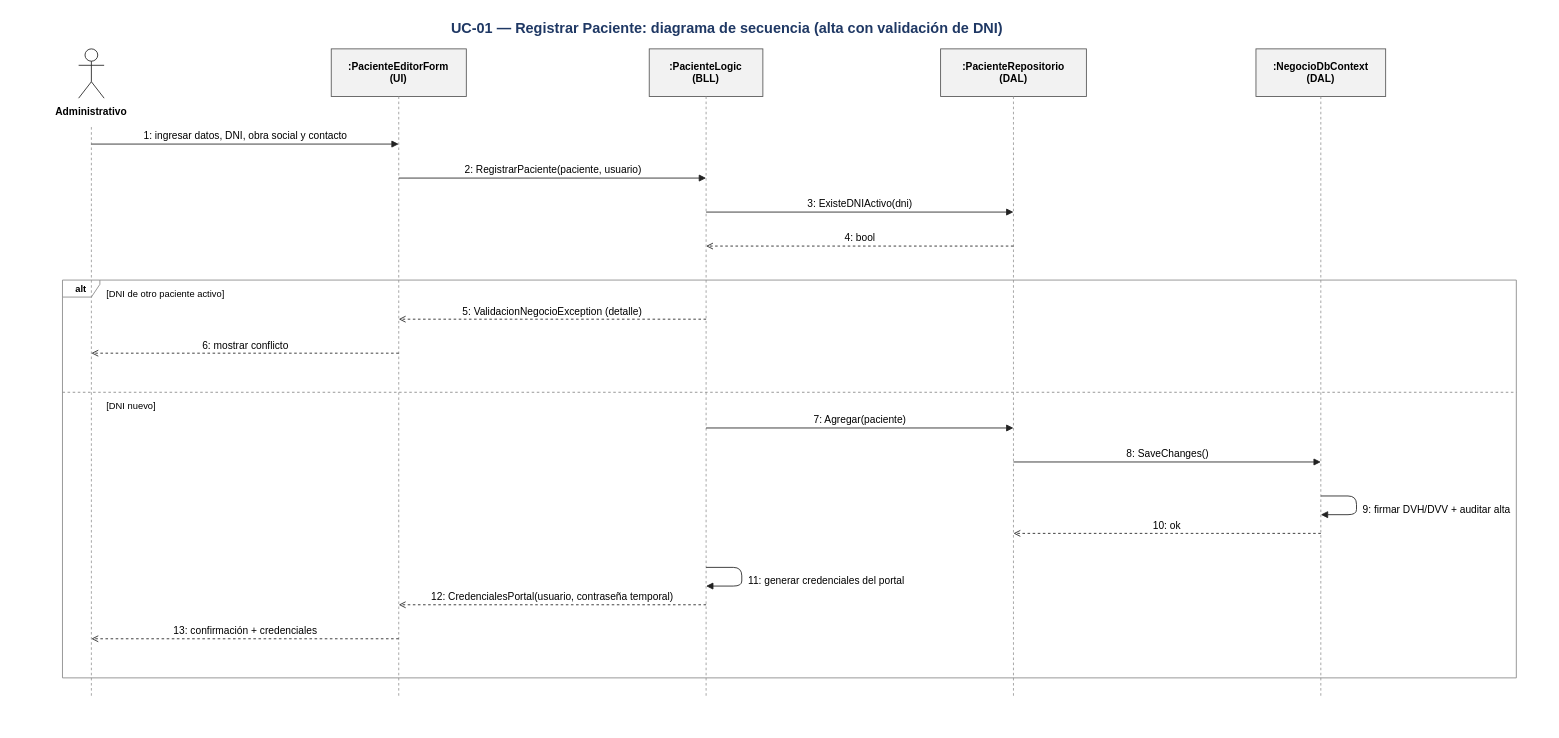
The draw.io diagram Diagramas/UC-01/UC-01 - Secuencia.drawio in DanteSchlogl/OpenRIN-corregido, before the edit. Source tidied: cells renumbered, new cells numbered last; positions are measured from the earlier drawing's top-left corner, leaving out a move shared by most shapes. Both pictures are drawn from the tidied source at 85%, with x=0, y=0 at pixel (14, 14).
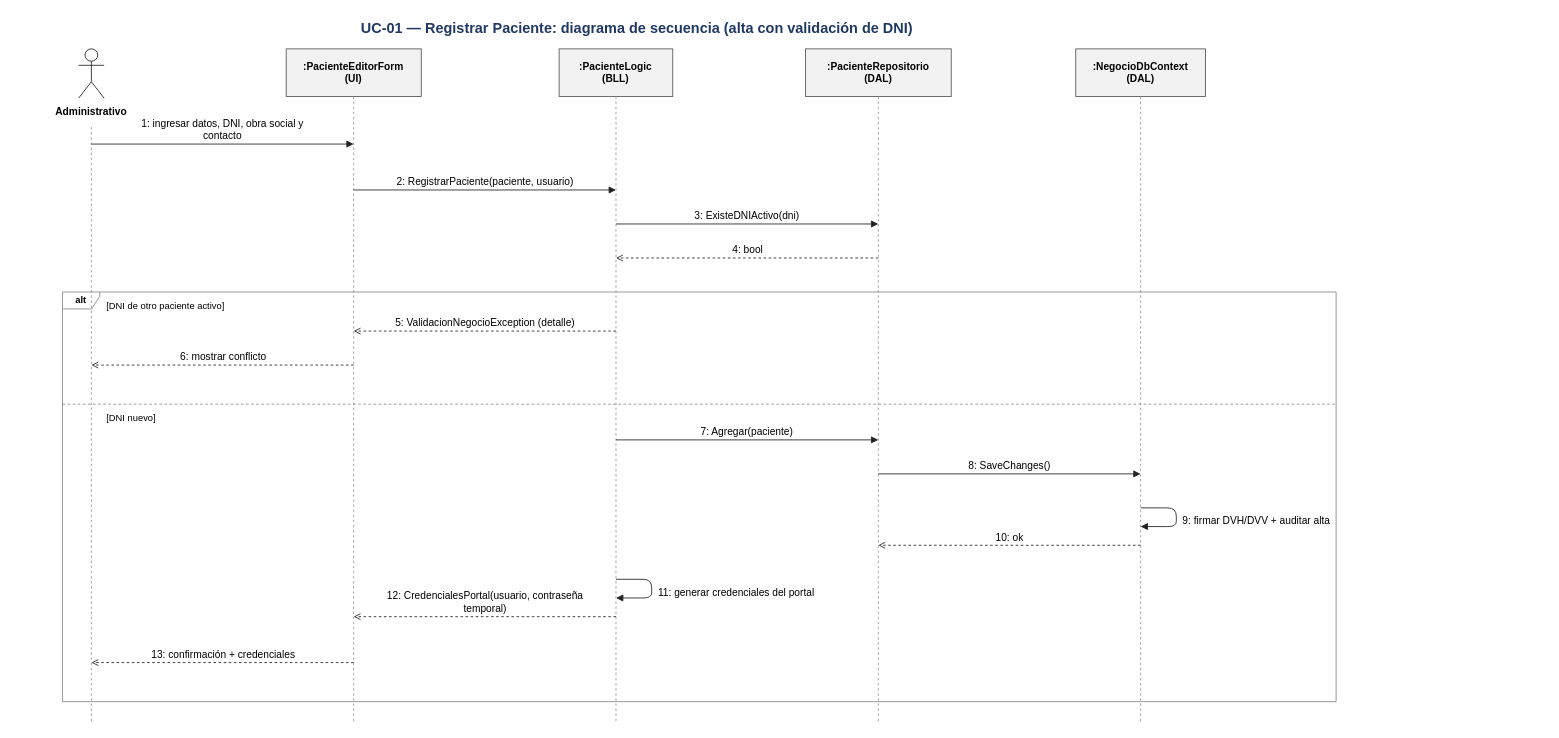
Above is the later version.

What changed in the source:
```diff
@@
     <mxCell id="2" value="UC-01 — Registrar Paciente: diagrama de secuencia (alta con validación de DNI)" style="text;html=1;strokeColor=none;fillColor=none;fontFamily=Arial;whiteSpace=nowrap;fontSize=17;fontStyle=1;fontColor=#1F3864;align=center;whiteSpace=wrap;" parent="1" vertex="1">
-      <mxGeometry width="1676.4" height="28" as="geometry" />
+      <mxGeometry width="1464.4" height="28" as="geometry" />
     </mxCell>
@@
     <mxCell id="5" style="endArrow=none;dashed=1;strokeColor=#999999;html=1;" parent="1" edge="1">
       <mxGeometry relative="1" as="geometry">
         <mxPoint x="90" y="132" as="sourcePoint" />
-        <mxPoint x="90" y="804" as="targetPoint" />
+        <mxPoint x="90" y="832" as="targetPoint" />
       </mxGeometry>
     </mxCell>
     <mxCell id="6" value=":PacienteEditorForm&lt;br/&gt;(UI)" style="rounded=0;whiteSpace=wrap;html=1;fillColor=#F2F2F2;strokeColor=#555555;fontFamily=Arial;fontSize=12;fontStyle=1;" parent="1" vertex="1">
-      <mxGeometry x="372.2" y="40" width="158.9" height="56" as="geometry" />
+      <mxGeometry x="319.2" y="40" width="158.9" height="56" as="geometry" />
     </mxCell>
     <mxCell id="7" style="endArrow=none;dashed=1;strokeColor=#999999;html=1;" parent="1" edge="1">
       <mxGeometry relative="1" as="geometry">
-        <mxPoint x="451.6" y="96" as="sourcePoint" />
-        <mxPoint x="451.6" y="804" as="targetPoint" />
+        <mxPoint x="398.6" y="96" as="sourcePoint" />
+        <mxPoint x="398.6" y="832" as="targetPoint" />
       </mxGeometry>
     </mxCell>
     <mxCell id="8" value=":PacienteLogic&lt;br/&gt;(BLL)" style="rounded=0;whiteSpace=wrap;html=1;fillColor=#F2F2F2;strokeColor=#555555;fontFamily=Arial;fontSize=12;fontStyle=1;" parent="1" vertex="1">
-      <mxGeometry x="746.3" y="40" width="133.7" height="56" as="geometry" />
+      <mxGeometry x="640.3" y="40" width="133.7" height="56" as="geometry" />
     </mxCell>
     <mxCell id="9" style="endArrow=none;dashed=1;strokeColor=#999999;html=1;" parent="1" edge="1">
       <mxGeometry relative="1" as="geometry">
-        <mxPoint x="813.2" y="96" as="sourcePoint" />
-        <mxPoint x="813.2" y="804" as="targetPoint" />
+        <mxPoint x="707.2" y="96" as="sourcePoint" />
+        <mxPoint x="707.2" y="832" as="targetPoint" />
       </mxGeometry>
     </mxCell>
     <mxCell id="10" value=":PacienteRepositorio&lt;br/&gt;(DAL)" style="rounded=0;whiteSpace=wrap;html=1;fillColor=#F2F2F2;strokeColor=#555555;fontFamily=Arial;fontSize=12;fontStyle=1;" parent="1" vertex="1">
-      <mxGeometry x="1089.1" y="40" width="171.5" height="56" as="geometry" />
+      <mxGeometry x="930.1" y="40" width="171.5" height="56" as="geometry" />
     </mxCell>
     <mxCell id="11" style="endArrow=none;dashed=1;strokeColor=#999999;html=1;" parent="1" edge="1">
       <mxGeometry relative="1" as="geometry">
-        <mxPoint x="1174.8" y="96" as="sourcePoint" />
-        <mxPoint x="1174.8" y="804" as="targetPoint" />
+        <mxPoint x="1015.8" y="96" as="sourcePoint" />
+        <mxPoint x="1015.8" y="832" as="targetPoint" />
       </mxGeometry>
     </mxCell>
     <mxCell id="12" value=":NegocioDbContext&lt;br/&gt;(DAL)" style="rounded=0;whiteSpace=wrap;html=1;fillColor=#F2F2F2;strokeColor=#555555;fontFamily=Arial;fontSize=12;fontStyle=1;" parent="1" vertex="1">
-      <mxGeometry x="1460.1" y="40" width="152.6" height="56" as="geometry" />
+      <mxGeometry x="1248.1" y="40" width="152.6" height="56" as="geometry" />
     </mxCell>
     <mxCell id="13" style="endArrow=none;dashed=1;strokeColor=#999999;html=1;" parent="1" edge="1">
       <mxGeometry relative="1" as="geometry">
-        <mxPoint x="1536.4" y="96" as="sourcePoint" />
-        <mxPoint x="1536.4" y="804" as="targetPoint" />
+        <mxPoint x="1324.4" y="96" as="sourcePoint" />
+        <mxPoint x="1324.4" y="832" as="targetPoint" />
       </mxGeometry>
     </mxCell>
-    <mxCell id="14" value="1: ingresar datos, DNI, obra social y contacto" style="html=1;edgeStyle=none;strokeColor=#222222;fontFamily=Arial;fontSize=12;verticalLabelPosition=top;verticalAlign=bottom;labelBackgroundColor=none;endArrow=block;endFill=1;" parent="1" edge="1">
+    <mxCell id="14" value="1: ingresar datos, DNI, obra social y&lt;br/&gt;contacto" style="html=1;edgeStyle=none;strokeColor=#222222;fontFamily=Arial;fontSize=12;verticalLabelPosition=top;verticalAlign=bottom;labelBackgroundColor=none;endArrow=block;endFill=1;" parent="1" edge="1">
       <mxGeometry relative="1" as="geometry">
         <mxPoint x="90" y="152" as="sourcePoint" />
-        <mxPoint x="451.6" y="152" as="targetPoint" />
+        <mxPoint x="398.6" y="152" as="targetPoint" />
       </mxGeometry>
     </mxCell>
     <mxCell id="15" value="2: RegistrarPaciente(paciente, usuario)" style="html=1;edgeStyle=none;strokeColor=#222222;fontFamily=Arial;fontSize=12;verticalLabelPosition=top;verticalAlign=bottom;labelBackgroundColor=none;endArrow=block;endFill=1;" parent="1" edge="1">
       <mxGeometry relative="1" as="geometry">
-        <mxPoint x="451.6" y="192" as="sourcePoint" />
-        <mxPoint x="813.2" y="192" as="targetPoint" />
+        <mxPoint x="398.6" y="206" as="sourcePoint" />
+        <mxPoint x="707.2" y="206" as="targetPoint" />
       </mxGeometry>
     </mxCell>
     <mxCell id="16" value="3: ExisteDNIActivo(dni)" style="html=1;edgeStyle=none;strokeColor=#222222;fontFamily=Arial;fontSize=12;verticalLabelPosition=top;verticalAlign=bottom;labelBackgroundColor=none;endArrow=block;endFill=1;" parent="1" edge="1">
       <mxGeometry relative="1" as="geometry">
-        <mxPoint x="813.2" y="232" as="sourcePoint" />
-        <mxPoint x="1174.8" y="232" as="targetPoint" />
+        <mxPoint x="707.2" y="246" as="sourcePoint" />
+        <mxPoint x="1015.8" y="246" as="targetPoint" />
       </mxGeometry>
     </mxCell>
     <mxCell id="17" value="4: bool" style="html=1;edgeStyle=none;strokeColor=#222222;fontFamily=Arial;fontSize=12;verticalLabelPosition=top;verticalAlign=bottom;labelBackgroundColor=none;endArrow=open;endFill=0;dashed=1;" parent="1" edge="1">
       <mxGeometry relative="1" as="geometry">
-        <mxPoint x="1174.8" y="272" as="sourcePoint" />
-        <mxPoint x="813.2" y="272" as="targetPoint" />
+        <mxPoint x="1015.8" y="286" as="sourcePoint" />
+        <mxPoint x="707.2" y="286" as="targetPoint" />
       </mxGeometry>
     </mxCell>
     <mxCell id="18" value="5: ValidacionNegocioException (detalle)" style="html=1;edgeStyle=none;strokeColor=#222222;fontFamily=Arial;fontSize=12;verticalLabelPosition=top;verticalAlign=bottom;labelBackgroundColor=none;endArrow=open;endFill=0;dashed=1;" parent="1" edge="1">
       <mxGeometry relative="1" as="geometry">
-        <mxPoint x="813.2" y="358" as="sourcePoint" />
-        <mxPoint x="451.6" y="358" as="targetPoint" />
+        <mxPoint x="707.2" y="372" as="sourcePoint" />
+        <mxPoint x="398.6" y="372" as="targetPoint" />
       </mxGeometry>
     </mxCell>
     <mxCell id="19" value="6: mostrar conflicto" style="html=1;edgeStyle=none;strokeColor=#222222;fontFamily=Arial;fontSize=12;verticalLabelPosition=top;verticalAlign=bottom;labelBackgroundColor=none;endArrow=open;endFill=0;dashed=1;" parent="1" edge="1">
       <mxGeometry relative="1" as="geometry">
-        <mxPoint x="451.6" y="398" as="sourcePoint" />
-        <mxPoint x="90" y="398" as="targetPoint" />
+        <mxPoint x="398.6" y="412" as="sourcePoint" />
+        <mxPoint x="90" y="412" as="targetPoint" />
       </mxGeometry>
     </mxCell>
     <mxCell id="20" value="7: Agregar(paciente)" style="html=1;edgeStyle=none;strokeColor=#222222;fontFamily=Arial;fontSize=12;verticalLabelPosition=top;verticalAlign=bottom;labelBackgroundColor=none;endArrow=block;endFill=1;" parent="1" edge="1">
       <mxGeometry relative="1" as="geometry">
-        <mxPoint x="813.2" y="486" as="sourcePoint" />
-        <mxPoint x="1174.8" y="486" as="targetPoint" />
+        <mxPoint x="707.2" y="500" as="sourcePoint" />
+        <mxPoint x="1015.8" y="500" as="targetPoint" />
       </mxGeometry>
     </mxCell>
     <mxCell id="21" value="8: SaveChanges()" style="html=1;edgeStyle=none;strokeColor=#222222;fontFamily=Arial;fontSize=12;verticalLabelPosition=top;verticalAlign=bottom;labelBackgroundColor=none;endArrow=block;endFill=1;" parent="1" edge="1">
       <mxGeometry relative="1" as="geometry">
-        <mxPoint x="1174.8" y="526" as="sourcePoint" />
-        <mxPoint x="1536.4" y="526" as="targetPoint" />
+        <mxPoint x="1015.8" y="540" as="sourcePoint" />
+        <mxPoint x="1324.4" y="540" as="targetPoint" />
       </mxGeometry>
     </mxCell>
     <mxCell id="22" style="endArrow=block;endFill=1;html=1;edgeStyle=none;strokeColor=#222222;" parent="1" edge="1">
       <mxGeometry relative="1" as="geometry">
-        <mxPoint x="1536.4" y="566" as="sourcePoint" />
-        <mxPoint x="1536.4" y="588" as="targetPoint" />
+        <mxPoint x="1324.4" y="580" as="sourcePoint" />
+        <mxPoint x="1324.4" y="602" as="targetPoint" />
         <Array as="points">
-          <mxPoint x="1578.4" y="566" />
-          <mxPoint x="1578.4" y="588" />
+          <mxPoint x="1366.4" y="580" />
+          <mxPoint x="1366.4" y="602" />
         </Array>
       </mxGeometry>
     </mxCell>
     <mxCell id="23" value="9: firmar DVH/DVV + auditar alta" style="text;html=1;strokeColor=none;fillColor=none;fontFamily=Arial;whiteSpace=nowrap;fontSize=12;align=left;" parent="1" vertex="1">
-      <mxGeometry x="1584.4" y="568" width="215.6" height="18" as="geometry" />
+      <mxGeometry x="1372.4" y="582" width="280" height="18" as="geometry" />
     </mxCell>
     <mxCell id="24" value="10: ok" style="html=1;edgeStyle=none;strokeColor=#222222;fontFamily=Arial;fontSize=12;verticalLabelPosition=top;verticalAlign=bottom;labelBackgroundColor=none;endArrow=open;endFill=0;dashed=1;" parent="1" edge="1">
       <mxGeometry relative="1" as="geometry">
-        <mxPoint x="1536.4" y="610" as="sourcePoint" />
-        <mxPoint x="1174.8" y="610" as="targetPoint" />
+        <mxPoint x="1324.4" y="624" as="sourcePoint" />
+        <mxPoint x="1015.8" y="624" as="targetPoint" />
       </mxGeometry>
     </mxCell>
     <mxCell id="25" style="endArrow=block;endFill=1;html=1;edgeStyle=none;strokeColor=#222222;" parent="1" edge="1">
       <mxGeometry relative="1" as="geometry">
-        <mxPoint x="813.2" y="650" as="sourcePoint" />
-        <mxPoint x="813.2" y="672" as="targetPoint" />
+        <mxPoint x="707.2" y="664" as="sourcePoint" />
+        <mxPoint x="707.2" y="686" as="targetPoint" />
         <Array as="points">
-          <mxPoint x="855.2" y="650" />
-          <mxPoint x="855.2" y="672" />
+          <mxPoint x="749.2" y="664" />
+          <mxPoint x="749.2" y="686" />
         </Array>
       </mxGeometry>
     </mxCell>
     <mxCell id="26" value="11: generar credenciales del portal" style="text;html=1;strokeColor=none;fillColor=none;fontFamily=Arial;whiteSpace=nowrap;fontSize=12;align=left;" parent="1" vertex="1">
-      <mxGeometry x="861.2" y="652" width="234.5" height="18" as="geometry" />
+      <mxGeometry x="755.2" y="666" width="280" height="18" as="geometry" />
     </mxCell>
-    <mxCell id="27" value="12: CredencialesPortal(usuario, contraseña temporal)" style="html=1;edgeStyle=none;strokeColor=#222222;fontFamily=Arial;fontSize=12;verticalLabelPosition=top;verticalAlign=bottom;labelBackgroundColor=none;endArrow=open;endFill=0;dashed=1;" parent="1" edge="1">
+    <mxCell id="27" value="12: CredencialesPortal(usuario, contraseña&lt;br/&gt;temporal)" style="html=1;edgeStyle=none;strokeColor=#222222;fontFamily=Arial;fontSize=12;verticalLabelPosition=top;verticalAlign=bottom;labelBackgroundColor=none;endArrow=open;endFill=0;dashed=1;" parent="1" edge="1">
       <mxGeometry relative="1" as="geometry">
-        <mxPoint x="813.2" y="694" as="sourcePoint" />
-        <mxPoint x="451.6" y="694" as="targetPoint" />
+        <mxPoint x="707.2" y="708" as="sourcePoint" />
+        <mxPoint x="398.6" y="708" as="targetPoint" />
       </mxGeometry>
     </mxCell>
     <mxCell id="28" value="13: confirmación + credenciales" style="html=1;edgeStyle=none;strokeColor=#222222;fontFamily=Arial;fontSize=12;verticalLabelPosition=top;verticalAlign=bottom;labelBackgroundColor=none;endArrow=open;endFill=0;dashed=1;" parent="1" edge="1">
       <mxGeometry relative="1" as="geometry">
-        <mxPoint x="451.6" y="734" as="sourcePoint" />
-        <mxPoint x="90" y="734" as="targetPoint" />
+        <mxPoint x="398.6" y="762" as="sourcePoint" />
+        <mxPoint x="90" y="762" as="targetPoint" />
       </mxGeometry>
     </mxCell>
     <mxCell id="29" value="alt" style="shape=umlFrame;whiteSpace=wrap;html=1;width=44;height=20;fillColor=none;strokeColor=#888888;fontFamily=Arial;fontSize=11;fontStyle=1;" parent="1" vertex="1">
-      <mxGeometry x="56" y="312" width="1710.4" height="468" as="geometry" />
+      <mxGeometry x="56" y="326" width="1498.4" height="482" as="geometry" />
     </mxCell>
     <mxCell id="30" value="[DNI de otro paciente activo]" style="text;html=1;strokeColor=none;fillColor=none;fontFamily=Arial;whiteSpace=nowrap;fontSize=11;align=left;" parent="1" vertex="1">
-      <mxGeometry x="106" y="315" width="204.1" height="18" as="geometry" />
+      <mxGeometry x="106" y="329" width="204.1" height="18" as="geometry" />
     </mxCell>
     <mxCell id="31" style="endArrow=none;dashed=1;strokeColor=#888888;html=1;" parent="1" edge="1">
       <mxGeometry relative="1" as="geometry">
-        <mxPoint x="56" y="444" as="sourcePoint" />
-        <mxPoint x="1766.4" y="444" as="targetPoint" />
+        <mxPoint x="56" y="458" as="sourcePoint" />
+        <mxPoint x="1554.4" y="458" as="targetPoint" />
       </mxGeometry>
     </mxCell>
     <mxCell id="32" value="[DNI nuevo]" style="text;html=1;strokeColor=none;fillColor=none;fontFamily=Arial;whiteSpace=nowrap;fontSize=11;align=left;" parent="1" vertex="1">
-      <mxGeometry x="106" y="447" width="90.7" height="18" as="geometry" />
+      <mxGeometry x="106" y="461" width="90.7" height="18" as="geometry" />
     </mxCell>
```
